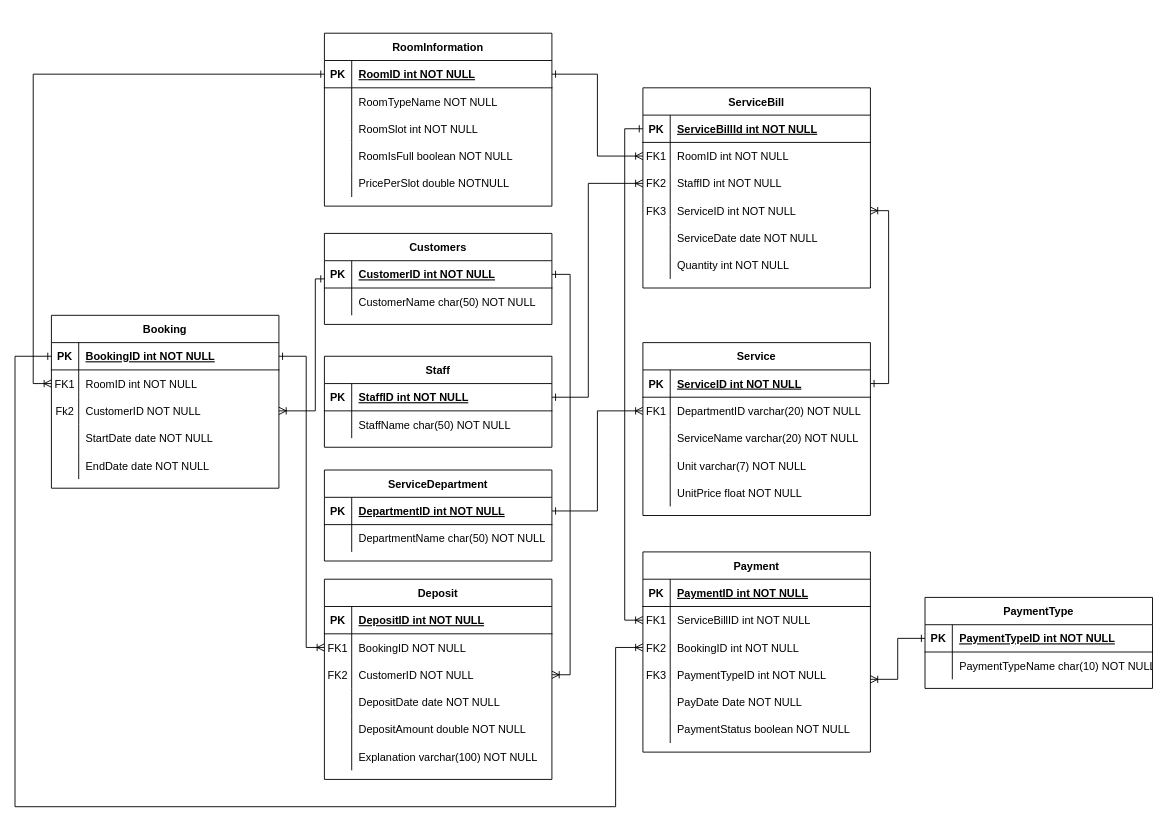
Earlier version of the draw.io diagram Diagram/Entity Relationship Diagram.drawio (jonathanha52/SE104.L23.PMCL). Source tidied: cells renumbered, new cells numbered last; positions are measured from the earlier drawing's top-left corner, leaving out a move shared by most shapes. Both pictures are drawn from the tidied source at 91%, with x=0, y=0 at pixel (15, 33).
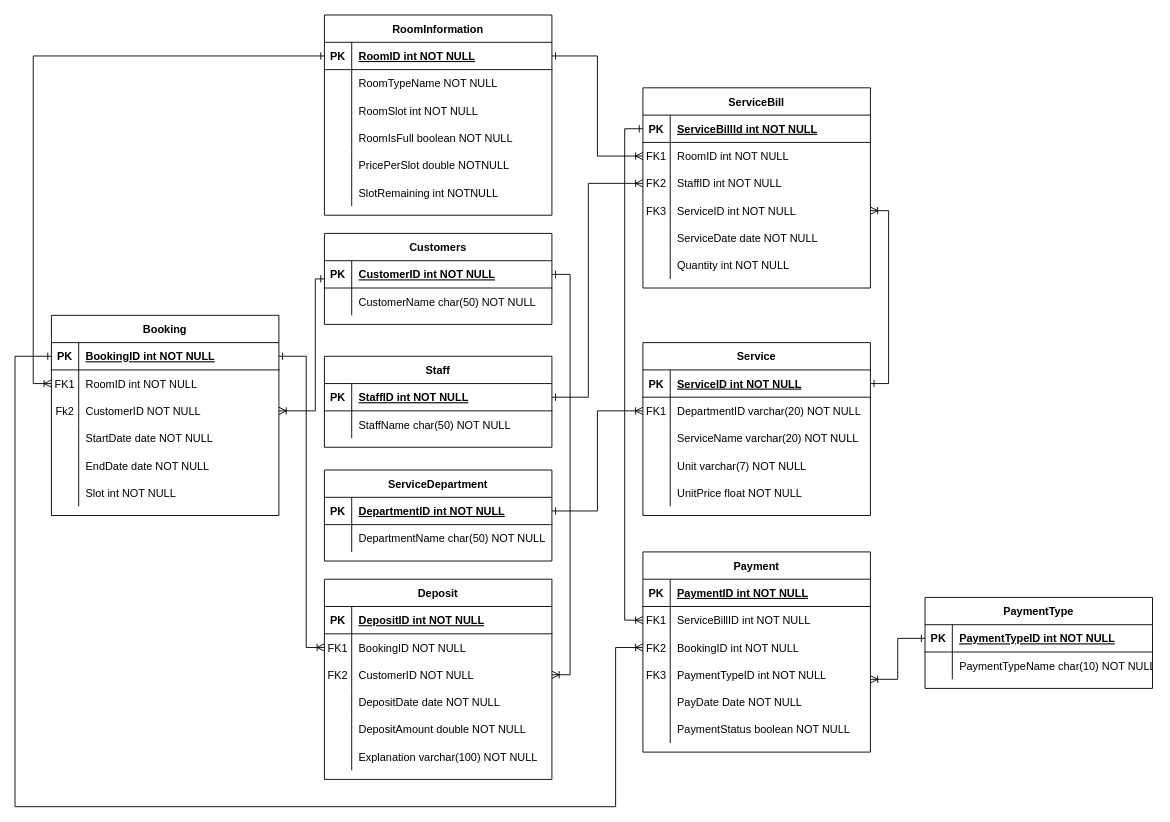
The same diagram, later.

The change refers to these unchanged cells:
```xml
<mxCell id="7" style="shape=partialRectangle;fillColor=none;points=[[0,0.5],[1,0.5]];portConstraint=eastwest;top=0;left=0;right=0;bottom=0;" parent="3" vertex="1">
  <mxGeometry y="60" width="250" height="30" as="geometry" />
</mxCell>
<mxCell id="80" style="shape=partialRectangle;fillColor=none;points=[[0,0.5],[1,0.5]];portConstraint=eastwest;top=0;left=0;right=0;bottom=1;" parent="79" vertex="1">
  <mxGeometry y="30" width="250" height="30" as="geometry" />
</mxCell>
<mxCell id="130" style="shape=partialRectangle;fillColor=none;points=[[0,0.5],[1,0.5]];portConstraint=eastwest;top=0;left=0;right=0;bottom=0;" parent="126" vertex="1">
  <mxGeometry y="60" width="250" height="30" as="geometry" />
</mxCell>
```

Change to the diagram source:
```diff
@@
     <mxCell id="2" style="endArrow=ERoneToMany;startArrow=ERone;endFill=0;startFill=0;edgeStyle=orthogonalEdgeStyle;rounded=0;exitX=1;exitY=0.5;exitDx=0;exitDy=0;" parent="1" edge="1" source="80" target="7">
       <mxGeometry relative="1" as="geometry">
         <Array as="points">
-          <mxPoint x="640" y="45" />
+          <mxPoint x="640" y="25" />
           <mxPoint x="640" y="135" />
         </Array>
       </mxGeometry>
     </mxCell>
@@
     <mxCell id="79" value="RoomInformation" style="shape=table;startSize=30;childLayout=tableLayout;rowLines=0;fontStyle=1;align=center;" parent="1" vertex="1">
-      <mxGeometry x="340" width="250" height="190" as="geometry" />
+      <mxGeometry x="340" y="-20" width="250" height="220" as="geometry" />
     </mxCell>
@@
+    <mxCell id="146" style="shape=partialRectangle;fillColor=none;top=0;left=0;right=0;bottom=0;" parent="79" vertex="1">
+      <mxGeometry y="180" width="250" height="30" as="geometry" />
+    </mxCell>
+    <mxCell id="147" style="shape=partialRectangle;overflow=hidden;fillColor=none;top=0;left=0;bottom=0;right=0;" parent="146" vertex="1">
+      <mxGeometry width="30" height="30" as="geometry" />
+    </mxCell>
+    <mxCell id="148" value="SlotRemaining int NOTNULL" style="shape=partialRectangle;overflow=hidden;fillColor=none;top=0;left=0;bottom=0;right=0;align=left;spacingLeft=6;" parent="146" vertex="1">
+      <mxGeometry x="30" width="220" height="30" as="geometry" />
+    </mxCell>
@@
     <mxCell id="126" value="Booking" style="shape=table;startSize=30;childLayout=tableLayout;rowLines=0;fontStyle=1;align=center;" parent="1" vertex="1">
-      <mxGeometry x="40" y="310" width="250" height="190" as="geometry" />
+      <mxGeometry x="40" y="310" width="250" height="220" as="geometry" />
     </mxCell>
@@
+    <mxCell id="149" style="shape=partialRectangle;fillColor=none;top=0;left=0;right=0;bottom=0;" parent="126" vertex="1">
+      <mxGeometry y="180" width="250" height="30" as="geometry" />
+    </mxCell>
+    <mxCell id="150" style="shape=partialRectangle;overflow=hidden;fillColor=none;top=0;left=0;bottom=0;right=0;" parent="149" vertex="1">
+      <mxGeometry width="30" height="30" as="geometry" />
+    </mxCell>
+    <mxCell id="151" value="Slot int NOT NULL" style="shape=partialRectangle;overflow=hidden;fillColor=none;top=0;left=0;bottom=0;right=0;align=left;spacingLeft=6;" parent="149" vertex="1">
+      <mxGeometry x="30" width="220" height="30" as="geometry" />
+    </mxCell>
     <mxCell id="142" style="edgeStyle=orthogonalEdgeStyle;rounded=0;jettySize=auto;html=1;startArrow=ERoneToMany;startFill=0;endArrow=ERone;endFill=0;exitX=0;exitY=0.5;exitDx=0;exitDy=0;entryX=0;entryY=0.5;entryDx=0;entryDy=0;" parent="1" edge="1" source="130" target="80">
       <mxGeometry relative="1" as="geometry">
         <Array as="points">
           <mxPoint x="20" y="385" />
-          <mxPoint x="20" y="45" />
+          <mxPoint x="20" y="25" />
         </Array>
       </mxGeometry>
     </mxCell>
```
